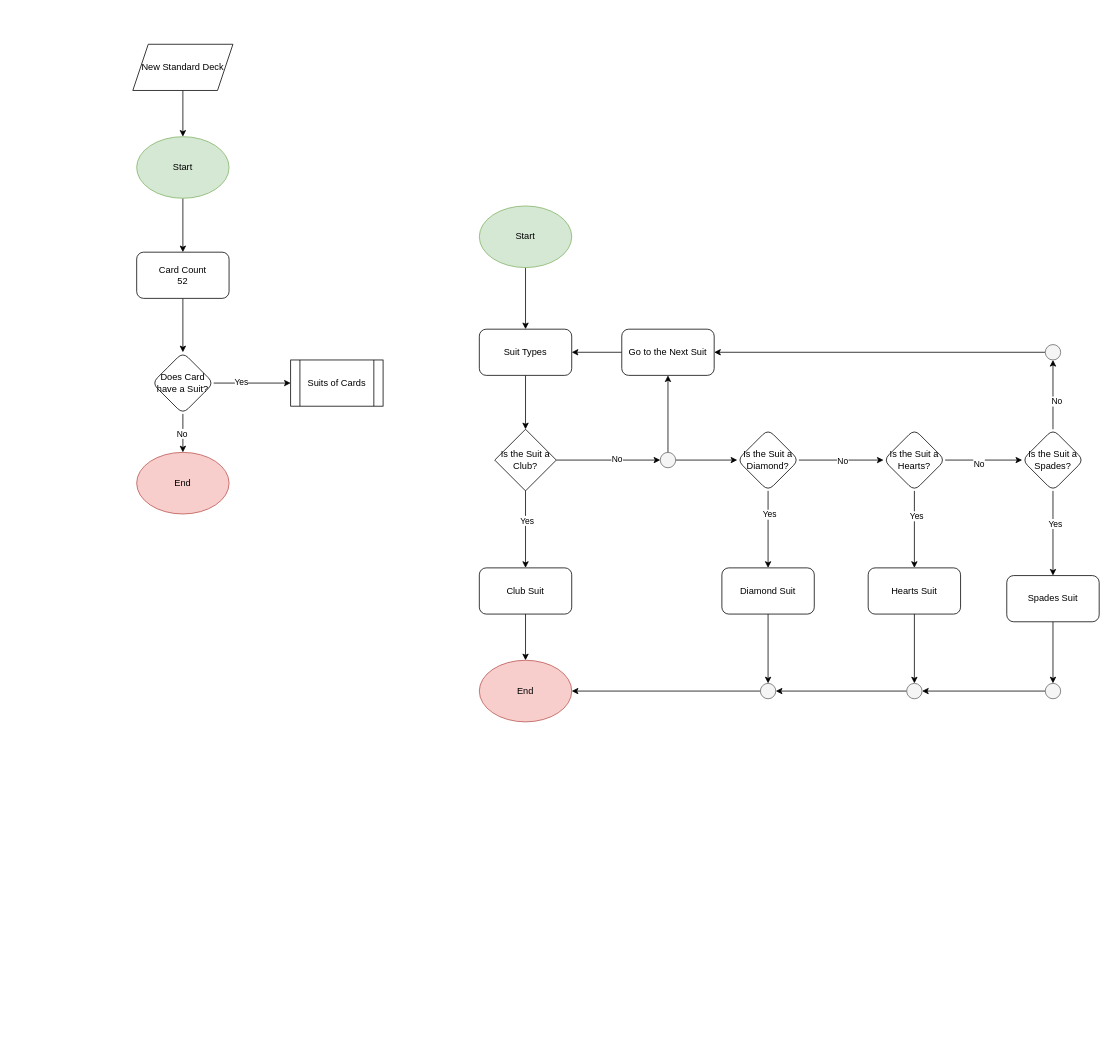
Above: Standard Deck Process Diagram.drawio in matkiai/me_and_myself (draw.io), before the change. Source tidied: cells renumbered, new cells numbered last; positions are measured from the earlier drawing's top-left corner, leaving out a move shared by most shapes. Both pictures are drawn from the tidied source at 77%, with x=0, y=0 at pixel (132, 44).
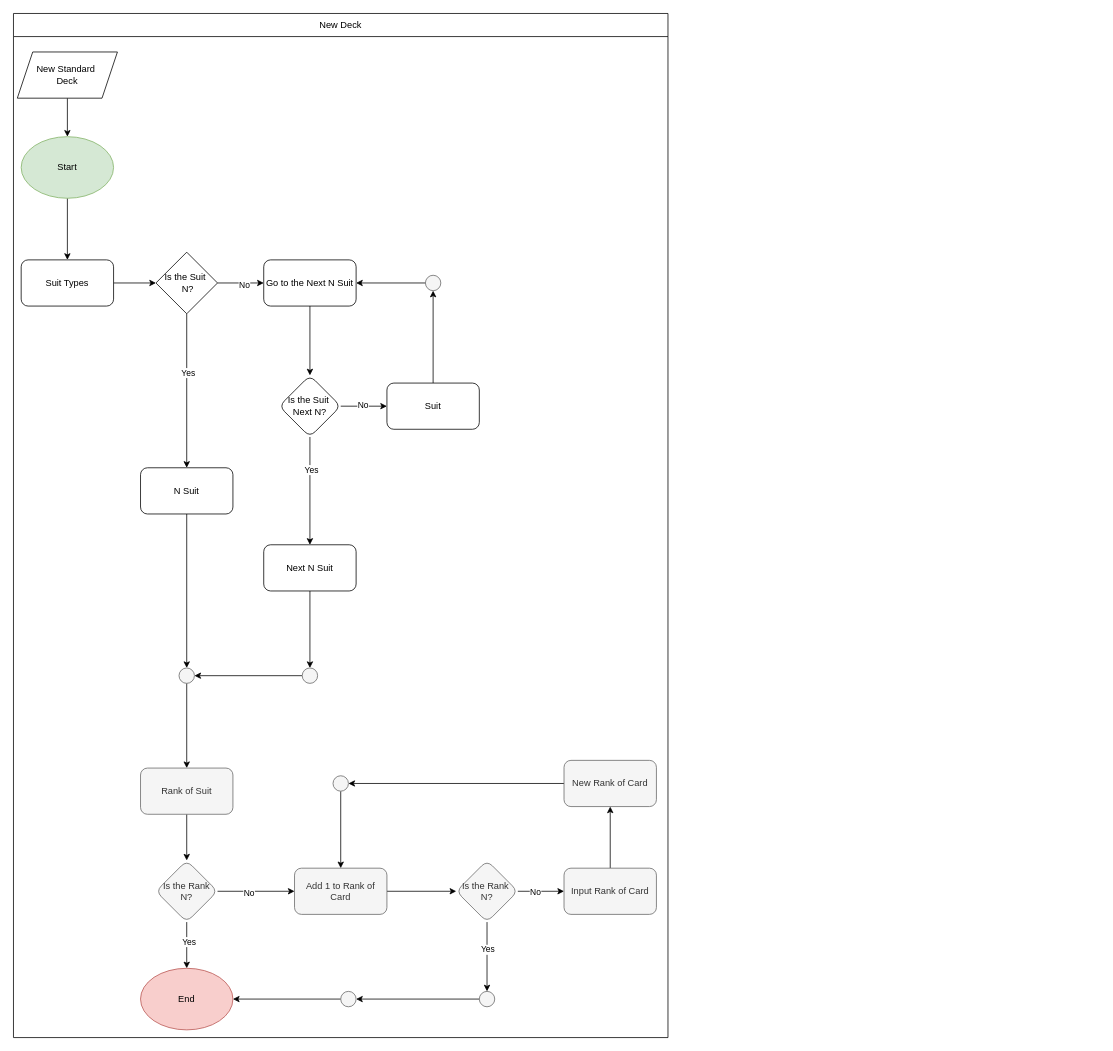
The same page after the edit.

The edit, as a diff of the source:
```diff
@@
-    <mxCell id="2" style="edgeStyle=orthogonalEdgeStyle;rounded=0;jettySize=auto;html=1;" parent="1" edge="1" source="3" target="5">
-      <mxGeometry relative="1" as="geometry" />
-    </mxCell>
-    <mxCell id="3" value="Start" style="ellipse;whiteSpace=wrap;html=1;fillColor=#d5e8d4;strokeColor=#82b366;" parent="1" vertex="1">
-      <mxGeometry x="5" y="120" width="120" height="80" as="geometry" />
-    </mxCell>
-    <mxCell id="4" style="edgeStyle=orthogonalEdgeStyle;rounded=0;jettySize=auto;html=1;" parent="1" edge="1" source="5" target="12">
-      <mxGeometry relative="1" as="geometry" />
-    </mxCell>
-    <mxCell id="5" value="&lt;div&gt;Card Count &lt;br&gt;&lt;/div&gt;&lt;div&gt;52&lt;br&gt;&lt;/div&gt;" style="rounded=1;whiteSpace=wrap;html=1;" parent="1" vertex="1">
-      <mxGeometry x="5" y="270" width="120" height="60" as="geometry" />
-    </mxCell>
-    <mxCell id="6" style="edgeStyle=orthogonalEdgeStyle;rounded=0;jettySize=auto;html=1;" parent="1" edge="1" source="7" target="3">
-      <mxGeometry relative="1" as="geometry" />
-    </mxCell>
-    <mxCell id="7" value="New Standard Deck" style="shape=parallelogram;perimeter=parallelogramPerimeter;whiteSpace=wrap;html=1;fixedSize=1;" parent="1" vertex="1">
-      <mxGeometry width="130" height="60" as="geometry" />
-    </mxCell>
-    <mxCell id="8" style="edgeStyle=orthogonalEdgeStyle;rounded=0;jettySize=auto;html=1;entryX=0;entryY=0.5;entryDx=0;entryDy=0;" parent="1" edge="1" source="12" target="14">
-      <mxGeometry relative="1" as="geometry" />
-    </mxCell>
-    <mxCell id="9" value="Yes" style="edgeLabel;html=1;align=center;verticalAlign=middle;" parent="8" vertex="1">
-      <mxGeometry x="-0.3" y="2" relative="1" as="geometry" />
-    </mxCell>
-    <mxCell id="10" style="edgeStyle=orthogonalEdgeStyle;rounded=0;jettySize=auto;html=1;" parent="1" edge="1" source="12" target="13">
-      <mxGeometry relative="1" as="geometry" />
-    </mxCell>
-    <mxCell id="11" value="No" style="edgeLabel;html=1;align=center;verticalAlign=middle;" parent="10" vertex="1">
-      <mxGeometry y="-2" relative="1" as="geometry" />
-    </mxCell>
-    <mxCell id="12" value="Does Card have a Suit?" style="rhombus;whiteSpace=wrap;html=1;rounded=1;" parent="1" vertex="1">
-      <mxGeometry x="25" y="400" width="80" height="80" as="geometry" />
-    </mxCell>
-    <mxCell id="13" value="End" style="ellipse;whiteSpace=wrap;html=1;fillColor=#f8cecc;strokeColor=#b85450;" parent="1" vertex="1">
-      <mxGeometry x="5" y="530" width="120" height="80" as="geometry" />
-    </mxCell>
-    <mxCell id="14" value="Suits of Cards" style="shape=process;whiteSpace=wrap;html=1;backgroundOutline=1;" parent="1" vertex="1">
-      <mxGeometry x="205" y="410" width="120" height="60" as="geometry" />
-    </mxCell>
@@
     <mxCell id="16" value="Start" style="ellipse;whiteSpace=wrap;html=1;fillColor=#d5e8d4;strokeColor=#82b366;" parent="1" vertex="1">
-      <mxGeometry x="450" y="210" width="120" height="80" as="geometry" />
+      <mxGeometry x="-145" y="120" width="120" height="80" as="geometry" />
     </mxCell>
@@
     <mxCell id="18" value="Suit Types" style="rounded=1;whiteSpace=wrap;html=1;" parent="1" vertex="1">
-      <mxGeometry x="450" y="370" width="120" height="60" as="geometry" />
+      <mxGeometry x="-145" y="280" width="120" height="60" as="geometry" />
     </mxCell>
@@
-    <mxCell id="21" style="edgeStyle=orthogonalEdgeStyle;rounded=0;jettySize=auto;html=1;" parent="1" edge="1" source="23" target="28">
-      <mxGeometry relative="1" as="geometry" />
-    </mxCell>
-    <mxCell id="22" value="No" style="edgeLabel;html=1;align=center;verticalAlign=middle;" parent="21" vertex="1">
-      <mxGeometry x="0.16" y="2" relative="1" as="geometry" />
-    </mxCell>
+    <mxCell id="61" style="edgeStyle=orthogonalEdgeStyle;rounded=0;jettySize=auto;html=1;" parent="1" edge="1" source="23" target="92">
+      <mxGeometry relative="1" as="geometry" />
+    </mxCell>
+    <mxCell id="62" value="No" style="edgeLabel;html=1;align=center;verticalAlign=middle;" parent="61" vertex="1">
+      <mxGeometry x="0.13" y="-2" relative="1" as="geometry" />
+    </mxCell>
-    <mxCell id="23" value="Is the Suit a Club?" style="rhombus;whiteSpace=wrap;html=1;" parent="1" vertex="1">
-      <mxGeometry x="470" y="500" width="80" height="80" as="geometry" />
+    <mxCell id="23" value="&lt;div&gt;Is the Suit&amp;nbsp;&lt;/div&gt;&lt;div&gt;&amp;nbsp;N?&lt;/div&gt;" style="rhombus;whiteSpace=wrap;html=1;" parent="1" vertex="1">
+      <mxGeometry x="30" y="270" width="80" height="80" as="geometry" />
     </mxCell>
-    <mxCell id="24" style="edgeStyle=orthogonalEdgeStyle;rounded=0;jettySize=auto;html=1;" parent="1" edge="1" source="25" target="54">
-      <mxGeometry relative="1" as="geometry" />
-    </mxCell>
+    <mxCell id="63" style="edgeStyle=orthogonalEdgeStyle;rounded=0;jettySize=auto;html=1;" parent="1" edge="1" source="25" target="68">
+      <mxGeometry relative="1" as="geometry" />
+    </mxCell>
-    <mxCell id="25" value="Club Suit" style="rounded=1;whiteSpace=wrap;html=1;" parent="1" vertex="1">
-      <mxGeometry x="450" y="680" width="120" height="60" as="geometry" />
+    <mxCell id="25" value="N Suit" style="rounded=1;whiteSpace=wrap;html=1;" parent="1" vertex="1">
+      <mxGeometry x="10" y="550" width="120" height="60" as="geometry" />
     </mxCell>
-    <mxCell id="26" style="edgeStyle=orthogonalEdgeStyle;rounded=0;jettySize=auto;html=1;" parent="1" edge="1" source="28" target="30">
-      <mxGeometry relative="1" as="geometry" />
-    </mxCell>
-    <mxCell id="27" style="edgeStyle=orthogonalEdgeStyle;rounded=0;jettySize=auto;html=1;" parent="1" edge="1" source="28" target="35">
-      <mxGeometry relative="1" as="geometry" />
-    </mxCell>
-    <mxCell id="28" style="ellipse;whiteSpace=wrap;html=1;fillColor=#f5f5f5;fontColor=#333333;strokeColor=#666666;" parent="1" vertex="1">
-      <mxGeometry x="685" y="530" width="20" height="20" as="geometry" />
-    </mxCell>
-    <mxCell id="29" style="edgeStyle=orthogonalEdgeStyle;rounded=0;jettySize=auto;html=1;" parent="1" edge="1" source="30" target="18">
-      <mxGeometry relative="1" as="geometry" />
-    </mxCell>
-    <mxCell id="30" value="Go to the Next Suit" style="rounded=1;whiteSpace=wrap;html=1;" parent="1" vertex="1">
-      <mxGeometry x="635" y="370" width="120" height="60" as="geometry" />
-    </mxCell>
@@
-    <mxCell id="33" style="edgeStyle=orthogonalEdgeStyle;rounded=0;jettySize=auto;html=1;" parent="1" edge="1" source="35" target="42">
-      <mxGeometry relative="1" as="geometry" />
-    </mxCell>
-    <mxCell id="34" value="No" style="edgeLabel;html=1;align=center;verticalAlign=middle;" parent="33" vertex="1">
-      <mxGeometry x="0.02" relative="1" as="geometry" />
-    </mxCell>
+    <mxCell id="64" style="edgeStyle=orthogonalEdgeStyle;rounded=0;jettySize=auto;html=1;" parent="1" edge="1" source="35" target="94">
+      <mxGeometry relative="1" as="geometry" />
+    </mxCell>
+    <mxCell id="65" value="No" style="edgeLabel;html=1;align=center;verticalAlign=middle;" parent="64" vertex="1">
+      <mxGeometry x="-0.07" y="2" relative="1" as="geometry" />
+    </mxCell>
-    <mxCell id="35" value="Is the Suit a Diamond?" style="rhombus;whiteSpace=wrap;html=1;rounded=1;" parent="1" vertex="1">
-      <mxGeometry x="785" y="500" width="80" height="80" as="geometry" />
+    <mxCell id="35" value="Is the Suit&amp;nbsp; Next N?" style="rhombus;whiteSpace=wrap;html=1;rounded=1;" parent="1" vertex="1">
+      <mxGeometry x="190" y="430" width="80" height="80" as="geometry" />
     </mxCell>
-    <mxCell id="36" style="edgeStyle=orthogonalEdgeStyle;rounded=0;jettySize=auto;html=1;" parent="1" edge="1" source="37" target="60">
-      <mxGeometry relative="1" as="geometry" />
-    </mxCell>
+    <mxCell id="66" style="edgeStyle=orthogonalEdgeStyle;rounded=0;jettySize=auto;html=1;" parent="1" edge="1" source="37" target="70">
+      <mxGeometry relative="1" as="geometry" />
+    </mxCell>
-    <mxCell id="37" value="Diamond Suit" style="rounded=1;whiteSpace=wrap;html=1;" parent="1" vertex="1">
-      <mxGeometry x="765" y="680" width="120" height="60" as="geometry" />
+    <mxCell id="37" value="Next N Suit" style="rounded=1;whiteSpace=wrap;html=1;" parent="1" vertex="1">
+      <mxGeometry x="170" y="650" width="120" height="60" as="geometry" />
     </mxCell>
-    <mxCell id="38" style="edgeStyle=orthogonalEdgeStyle;rounded=0;jettySize=auto;html=1;" parent="1" edge="1" source="42" target="44">
-      <mxGeometry relative="1" as="geometry" />
-    </mxCell>
-    <mxCell id="39" value="Yes" style="edgeLabel;html=1;align=center;verticalAlign=middle;" parent="38" vertex="1">
-      <mxGeometry x="-0.36" y="2" relative="1" as="geometry" />
-    </mxCell>
-    <mxCell id="40" style="edgeStyle=orthogonalEdgeStyle;rounded=0;jettySize=auto;html=1;" parent="1" edge="1" source="42" target="49">
-      <mxGeometry relative="1" as="geometry" />
-    </mxCell>
-    <mxCell id="41" value="No" style="edgeLabel;html=1;align=center;verticalAlign=middle;" parent="40" vertex="1">
-      <mxGeometry x="-0.15" y="-4" relative="1" as="geometry" />
-    </mxCell>
-    <mxCell id="42" value="Is the Suit a Hearts?" style="rhombus;whiteSpace=wrap;html=1;rounded=1;" parent="1" vertex="1">
-      <mxGeometry x="975" y="500" width="80" height="80" as="geometry" />
-    </mxCell>
-    <mxCell id="43" style="edgeStyle=orthogonalEdgeStyle;rounded=0;jettySize=auto;html=1;" parent="1" edge="1" source="44" target="58">
-      <mxGeometry relative="1" as="geometry" />
-    </mxCell>
-    <mxCell id="44" value="Hearts Suit" style="rounded=1;whiteSpace=wrap;html=1;" parent="1" vertex="1">
-      <mxGeometry x="955" y="680" width="120" height="60" as="geometry" />
-    </mxCell>
-    <mxCell id="45" style="edgeStyle=orthogonalEdgeStyle;rounded=0;jettySize=auto;html=1;" parent="1" edge="1" source="49" target="51">
-      <mxGeometry relative="1" as="geometry" />
-    </mxCell>
-    <mxCell id="46" value="Yes" style="edgeLabel;html=1;align=center;verticalAlign=middle;" parent="45" vertex="1">
-      <mxGeometry x="-0.24" y="2" relative="1" as="geometry" />
-    </mxCell>
-    <mxCell id="47" style="edgeStyle=orthogonalEdgeStyle;rounded=0;jettySize=auto;html=1;" parent="1" edge="1" source="49" target="53">
-      <mxGeometry relative="1" as="geometry" />
-    </mxCell>
-    <mxCell id="48" value="No" style="edgeLabel;html=1;align=center;verticalAlign=middle;" parent="47" vertex="1">
-      <mxGeometry x="-0.18" y="-4" relative="1" as="geometry" />
-    </mxCell>
-    <mxCell id="49" value="Is the Suit a Spades?" style="rhombus;whiteSpace=wrap;html=1;rounded=1;" parent="1" vertex="1">
-      <mxGeometry x="1155" y="500" width="80" height="80" as="geometry" />
-    </mxCell>
-    <mxCell id="50" style="edgeStyle=orthogonalEdgeStyle;rounded=0;jettySize=auto;html=1;" parent="1" edge="1" source="51" target="56">
-      <mxGeometry relative="1" as="geometry" />
-    </mxCell>
-    <mxCell id="51" value="Spades Suit" style="rounded=1;whiteSpace=wrap;html=1;" parent="1" vertex="1">
-      <mxGeometry x="1135" y="690" width="120" height="60" as="geometry" />
-    </mxCell>
-    <mxCell id="52" style="edgeStyle=orthogonalEdgeStyle;rounded=0;jettySize=auto;html=1;entryX=1;entryY=0.5;entryDx=0;entryDy=0;" parent="1" edge="1" source="53" target="30">
-      <mxGeometry relative="1" as="geometry" />
-    </mxCell>
-    <mxCell id="53" style="ellipse;whiteSpace=wrap;html=1;fillColor=#f5f5f5;fontColor=#333333;strokeColor=#666666;" parent="1" vertex="1">
-      <mxGeometry x="1185" y="390" width="20" height="20" as="geometry" />
-    </mxCell>
-    <mxCell id="54" value="End" style="ellipse;whiteSpace=wrap;html=1;fillColor=#f8cecc;strokeColor=#b85450;" parent="1" vertex="1">
-      <mxGeometry x="450" y="800" width="120" height="80" as="geometry" />
-    </mxCell>
-    <mxCell id="55" style="edgeStyle=orthogonalEdgeStyle;rounded=0;jettySize=auto;html=1;" parent="1" edge="1" source="56" target="58">
-      <mxGeometry relative="1" as="geometry" />
-    </mxCell>
-    <mxCell id="56" style="ellipse;whiteSpace=wrap;html=1;fillColor=#f5f5f5;fontColor=#333333;strokeColor=#666666;" parent="1" vertex="1">
-      <mxGeometry x="1185" y="830" width="20" height="20" as="geometry" />
-    </mxCell>
-    <mxCell id="57" style="edgeStyle=orthogonalEdgeStyle;rounded=0;jettySize=auto;html=1;" parent="1" edge="1" source="58" target="60">
-      <mxGeometry relative="1" as="geometry" />
-    </mxCell>
-    <mxCell id="58" style="ellipse;whiteSpace=wrap;html=1;fillColor=#f5f5f5;fontColor=#333333;strokeColor=#666666;" parent="1" vertex="1">
-      <mxGeometry x="1005" y="830" width="20" height="20" as="geometry" />
-    </mxCell>
-    <mxCell id="59" style="edgeStyle=orthogonalEdgeStyle;rounded=0;jettySize=auto;html=1;" parent="1" edge="1" source="60" target="54">
-      <mxGeometry relative="1" as="geometry" />
-    </mxCell>
-    <mxCell id="60" style="ellipse;whiteSpace=wrap;html=1;fillColor=#f5f5f5;fontColor=#333333;strokeColor=#666666;" parent="1" vertex="1">
-      <mxGeometry x="815" y="830" width="20" height="20" as="geometry" />
-    </mxCell>
+    <mxCell id="67" style="edgeStyle=orthogonalEdgeStyle;rounded=0;jettySize=auto;html=1;" parent="1" edge="1" source="68" target="72">
+      <mxGeometry relative="1" as="geometry" />
+    </mxCell>
+    <mxCell id="68" style="ellipse;whiteSpace=wrap;html=1;fillColor=#f5f5f5;fontColor=#333333;strokeColor=#666666;" parent="1" vertex="1">
+      <mxGeometry x="60" y="810" width="20" height="20" as="geometry" />
+    </mxCell>
+    <mxCell id="69" style="edgeStyle=orthogonalEdgeStyle;rounded=0;jettySize=auto;html=1;" parent="1" edge="1" source="70" target="68">
+      <mxGeometry relative="1" as="geometry" />
+    </mxCell>
+    <mxCell id="70" style="ellipse;whiteSpace=wrap;html=1;fillColor=#f5f5f5;fontColor=#333333;strokeColor=#666666;" parent="1" vertex="1">
+      <mxGeometry x="220" y="810" width="20" height="20" as="geometry" />
+    </mxCell>
+    <mxCell id="71" style="edgeStyle=orthogonalEdgeStyle;rounded=0;jettySize=auto;html=1;" parent="1" edge="1" source="72" target="77">
+      <mxGeometry relative="1" as="geometry" />
+    </mxCell>
+    <mxCell id="72" value="Rank of Suit" style="rounded=1;whiteSpace=wrap;html=1;fillColor=#f5f5f5;strokeColor=#666666;fontColor=#333333;" parent="1" vertex="1">
+      <mxGeometry x="10" y="940" width="120" height="60" as="geometry" />
+    </mxCell>
+    <mxCell id="73" style="edgeStyle=orthogonalEdgeStyle;rounded=0;jettySize=auto;html=1;" parent="1" edge="1" source="77" target="97">
+      <mxGeometry relative="1" as="geometry" />
+    </mxCell>
+    <mxCell id="74" value="Yes" style="edgeLabel;html=1;align=center;verticalAlign=middle;" parent="73" vertex="1">
+      <mxGeometry x="-0.17" y="2" relative="1" as="geometry" />
+    </mxCell>
+    <mxCell id="75" style="edgeStyle=orthogonalEdgeStyle;rounded=0;jettySize=auto;html=1;" parent="1" edge="1" source="77" target="81">
+      <mxGeometry relative="1" as="geometry" />
+    </mxCell>
+    <mxCell id="76" value="No" style="edgeLabel;html=1;align=center;verticalAlign=middle;" parent="75" vertex="1">
+      <mxGeometry x="-0.2" y="-2" relative="1" as="geometry" />
+    </mxCell>
+    <mxCell id="77" value="Is the Rank N?" style="rhombus;whiteSpace=wrap;html=1;fillColor=#f5f5f5;strokeColor=#666666;fontColor=#333333;rounded=1;" parent="1" vertex="1">
+      <mxGeometry x="30" y="1060" width="80" height="80" as="geometry" />
+    </mxCell>
+    <mxCell id="78" style="edgeStyle=orthogonalEdgeStyle;rounded=0;jettySize=auto;html=1;" parent="1" edge="1" source="79" target="88">
+      <mxGeometry relative="1" as="geometry" />
+    </mxCell>
+    <mxCell id="79" value="Input Rank of Card" style="rounded=1;whiteSpace=wrap;html=1;fillColor=#f5f5f5;strokeColor=#666666;fontColor=#333333;" parent="1" vertex="1">
+      <mxGeometry x="560" y="1070" width="120" height="60" as="geometry" />
+    </mxCell>
+    <mxCell id="80" style="edgeStyle=orthogonalEdgeStyle;rounded=0;jettySize=auto;html=1;" parent="1" edge="1" source="81" target="86">
+      <mxGeometry relative="1" as="geometry" />
+    </mxCell>
+    <mxCell id="81" value="Add 1 to Rank of Card" style="rounded=1;whiteSpace=wrap;html=1;fillColor=#f5f5f5;strokeColor=#666666;fontColor=#333333;" parent="1" vertex="1">
+      <mxGeometry x="210" y="1070" width="120" height="60" as="geometry" />
+    </mxCell>
+    <mxCell id="82" style="edgeStyle=orthogonalEdgeStyle;rounded=0;jettySize=auto;html=1;" parent="1" edge="1" source="86" target="90">
+      <mxGeometry relative="1" as="geometry" />
+    </mxCell>
+    <mxCell id="83" value="Yes" style="edgeLabel;html=1;align=center;verticalAlign=middle;" parent="82" vertex="1">
+      <mxGeometry x="-0.22" relative="1" as="geometry" />
+    </mxCell>
+    <mxCell id="84" style="edgeStyle=orthogonalEdgeStyle;rounded=0;jettySize=auto;html=1;" parent="1" edge="1" source="86" target="79">
+      <mxGeometry relative="1" as="geometry" />
+    </mxCell>
+    <mxCell id="85" value="No" style="edgeLabel;html=1;align=center;verticalAlign=middle;" parent="84" vertex="1">
+      <mxGeometry x="-0.27" relative="1" as="geometry" />
+    </mxCell>
+    <mxCell id="86" value="&lt;div&gt;Is the Rank&amp;nbsp;&lt;/div&gt;&lt;div&gt;N?&lt;/div&gt;" style="rhombus;whiteSpace=wrap;html=1;fillColor=#f5f5f5;strokeColor=#666666;fontColor=#333333;rounded=1;" parent="1" vertex="1">
+      <mxGeometry x="420" y="1060" width="80" height="80" as="geometry" />
+    </mxCell>
+    <mxCell id="87" style="edgeStyle=orthogonalEdgeStyle;rounded=0;jettySize=auto;html=1;" parent="1" edge="1" source="88" target="101">
+      <mxGeometry relative="1" as="geometry" />
+    </mxCell>
+    <mxCell id="88" value="New Rank of Card" style="rounded=1;whiteSpace=wrap;html=1;fillColor=#f5f5f5;strokeColor=#666666;fontColor=#333333;" parent="1" vertex="1">
+      <mxGeometry x="560" y="930" width="120" height="60" as="geometry" />
+    </mxCell>
+    <mxCell id="89" style="edgeStyle=orthogonalEdgeStyle;rounded=0;jettySize=auto;html=1;" parent="1" edge="1" source="90" target="99">
+      <mxGeometry relative="1" as="geometry" />
+    </mxCell>
+    <mxCell id="90" style="ellipse;whiteSpace=wrap;html=1;fillColor=#f5f5f5;fontColor=#333333;strokeColor=#666666;" parent="1" vertex="1">
+      <mxGeometry x="450" y="1230" width="20" height="20" as="geometry" />
+    </mxCell>
+    <mxCell id="91" style="edgeStyle=orthogonalEdgeStyle;rounded=0;jettySize=auto;html=1;" parent="1" edge="1" source="92" target="35">
+      <mxGeometry relative="1" as="geometry" />
+    </mxCell>
+    <mxCell id="92" value="Go to the Next N Suit" style="rounded=1;whiteSpace=wrap;html=1;" parent="1" vertex="1">
+      <mxGeometry x="170" y="280" width="120" height="60" as="geometry" />
+    </mxCell>
+    <mxCell id="93" style="edgeStyle=orthogonalEdgeStyle;rounded=0;jettySize=auto;html=1;" parent="1" edge="1" source="94" target="96">
+      <mxGeometry relative="1" as="geometry" />
+    </mxCell>
+    <mxCell id="94" value="Suit " style="rounded=1;whiteSpace=wrap;html=1;" parent="1" vertex="1">
+      <mxGeometry x="330" y="440" width="120" height="60" as="geometry" />
+    </mxCell>
+    <mxCell id="95" style="edgeStyle=orthogonalEdgeStyle;rounded=0;jettySize=auto;html=1;" parent="1" edge="1" source="96" target="92">
+      <mxGeometry relative="1" as="geometry" />
+    </mxCell>
+    <mxCell id="96" style="ellipse;whiteSpace=wrap;html=1;fillColor=#f5f5f5;fontColor=#333333;strokeColor=#666666;" parent="1" vertex="1">
+      <mxGeometry x="380" y="300" width="20" height="20" as="geometry" />
+    </mxCell>
+    <mxCell id="97" value="End" style="ellipse;whiteSpace=wrap;html=1;fillColor=#f8cecc;strokeColor=#b85450;" parent="1" vertex="1">
+      <mxGeometry x="10" y="1200" width="120" height="80" as="geometry" />
+    </mxCell>
+    <mxCell id="98" style="edgeStyle=orthogonalEdgeStyle;rounded=0;jettySize=auto;html=1;" parent="1" edge="1" source="99" target="97">
+      <mxGeometry relative="1" as="geometry" />
+    </mxCell>
+    <mxCell id="99" style="ellipse;whiteSpace=wrap;html=1;fillColor=#f5f5f5;fontColor=#333333;strokeColor=#666666;" parent="1" vertex="1">
+      <mxGeometry x="270" y="1230" width="20" height="20" as="geometry" />
+    </mxCell>
+    <mxCell id="100" style="edgeStyle=orthogonalEdgeStyle;rounded=0;jettySize=auto;html=1;" parent="1" edge="1" source="101" target="81">
+      <mxGeometry relative="1" as="geometry" />
+    </mxCell>
+    <mxCell id="101" style="ellipse;whiteSpace=wrap;html=1;fillColor=#f5f5f5;fontColor=#333333;strokeColor=#666666;" parent="1" vertex="1">
+      <mxGeometry x="260" y="950" width="20" height="20" as="geometry" />
+    </mxCell>
+    <mxCell id="102" style="edgeStyle=orthogonalEdgeStyle;rounded=0;jettySize=auto;html=1;" parent="1" edge="1" source="7" target="16">
+      <mxGeometry relative="1" as="geometry" />
+    </mxCell>
+    <mxCell id="7" value="&lt;div&gt;New Standard&amp;nbsp;&lt;/div&gt;&lt;div&gt;Deck&lt;/div&gt;" style="shape=parallelogram;perimeter=parallelogramPerimeter;whiteSpace=wrap;html=1;fixedSize=1;" parent="1" vertex="1">
+      <mxGeometry x="-150" y="10" width="130" height="60" as="geometry" />
+    </mxCell>
+    <mxCell id="103" value="New Deck" style="shape=table;startSize=30;childLayout=tableLayout;" parent="1" vertex="1">
+      <mxGeometry x="-155" y="-40" width="850" height="1330" as="geometry" />
+    </mxCell>
+    <mxCell id="104" style="shape=tableRow;horizontal=0;startSize=0;swimlaneHead=0;swimlaneBody=0;strokeColor=inherit;top=0;left=0;bottom=0;right=0;fillColor=none;" parent="103" vertex="1">
+      <mxGeometry y="30" width="850" height="1300" as="geometry" />
+    </mxCell>
+    <mxCell id="105" style="shape=partialRectangle;html=1;whiteSpace=wrap;strokeColor=inherit;overflow=hidden;fillColor=none;top=0;left=0;bottom=0;right=0;" parent="104" vertex="1">
+      <mxGeometry width="850" height="1300" as="geometry" />
+    </mxCell>
```
